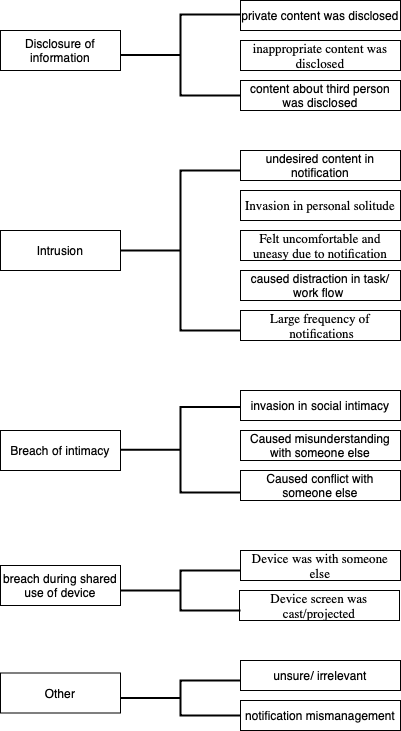
This is coding tree.png from PriyankaVerma98/Smartphone-notifications-Privacy, a draw.io export, as it was before one commit. Source tidied: cells renumbered, new cells last; positions are measured from the earlier drawing's top-left corner, leaving out a move shared by most shapes.
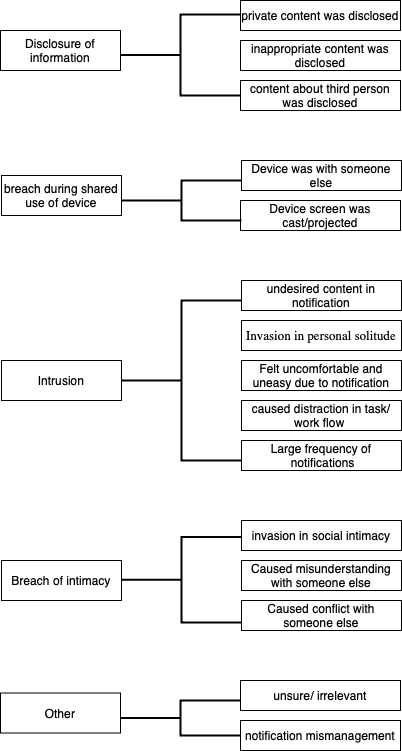
After the commit.

What changed in the source:
```diff
@@ -8,17 +8,17 @@
     <mxCell id="3" value="caused distraction in task/ work flow&amp;nbsp;" style="text;html=1;strokeColor=#000000;fillColor=none;align=center;verticalAlign=middle;whiteSpace=wrap;rounded=0;" parent="1" vertex="1">
       <mxGeometry x="240" y="270" width="160" height="30" as="geometry" />
     </mxCell>
-    <mxCell id="4" value="&lt;div class=&quot;page&quot; title=&quot;Page 8&quot;&gt;&lt;div class=&quot;layoutArea&quot;&gt;&lt;div class=&quot;column&quot;&gt;&lt;p&gt;&lt;span style=&quot;font-size: 10pt ; font-family: &amp;#34;linlibertinet&amp;#34;&quot;&gt;Felt uncomfortable and uneasy due to notification&lt;/span&gt;&lt;/p&gt;&lt;/div&gt;&lt;/div&gt;&lt;/div&gt;" style="text;html=1;strokeColor=#000000;fillColor=none;align=center;verticalAlign=middle;whiteSpace=wrap;rounded=0;" parent="1" vertex="1">
+    <mxCell id="4" value="&lt;div class=&quot;page&quot; title=&quot;Page 8&quot;&gt;&lt;div class=&quot;layoutArea&quot;&gt;&lt;div class=&quot;column&quot;&gt;&lt;p&gt;&lt;font style=&quot;font-size: 12px&quot;&gt;Felt uncomfortable and uneasy due to notification&lt;/font&gt;&lt;/p&gt;&lt;/div&gt;&lt;/div&gt;&lt;/div&gt;" style="text;html=1;strokeColor=#000000;fillColor=none;align=center;verticalAlign=middle;whiteSpace=wrap;rounded=0;" parent="1" vertex="1">
       <mxGeometry x="240" y="230" width="160" height="30" as="geometry" />
     </mxCell>
     <mxCell id="5" value="&lt;div class=&quot;page&quot; title=&quot;Page 8&quot;&gt;&lt;div class=&quot;layoutArea&quot;&gt;&lt;div class=&quot;column&quot;&gt;&lt;p&gt;&lt;span style=&quot;font-family: &amp;#34;linlibertinet&amp;#34; ; font-size: 10pt&quot;&gt;Invasion in personal solitude&lt;/span&gt;&lt;span style=&quot;color: rgba(0 , 0 , 0 , 0) ; font-family: monospace ; font-size: 0px&quot;&gt;%3CmxGraphModel%3E%3Croot%3E%3CmxCell%20id%3D%220%22%2F%3E%3CmxCell%20id%3D%221%22%20parent%3D%220%22%2F%3E%3CmxCell%20id%3D%222%22%20value%3D%22%26lt%3Bdiv%20class%3D%26quot%3Bpage%26quot%3B%20title%3D%26quot%3BPage%208%26quot%3B%26gt%3B%26lt%3Bdiv%20class%3D%26quot%3BlayoutArea%26quot%3B%26gt%3B%26lt%3Bdiv%20class%3D%26quot%3Bcolumn%26quot%3B%26gt%3B%26lt%3Bp%26gt%3B%26lt%3Bspan%20style%3D%26quot%3Bfont-size%3A%2010pt%20%3B%20font-family%3A%20%26amp%3B%2334%3Blinlibertinet%26amp%3B%2334%3B%26quot%3B%26gt%3BFelt%20uncomfortable%20and%20uneasy%20due%20to%20notification%26lt%3B%2Fspan%26gt%3B%26lt%3B%2Fp%26gt%3B%26lt%3B%2Fdiv%26gt%3B%26lt%3B%2Fdiv%26gt%3B%26lt%3B%2Fdiv%26gt%3B%22%20style%3D%22text%3Bhtml%3D1%3BstrokeColor%3Dnone%3BfillColor%3Dnone%3Balign%3Dcenter%3BverticalAlign%3Dmiddle%3BwhiteSpace%3Dwrap%3Brounded%3D0%3B%22%20vertex%3D%221%22%20parent%3D%221%22%3E%3CmxGeometry%20x%3D%22410%22%20y%3D%22390%22%20width%3D%22130%22%20height%3D%2240%22%20as%3D%22geometry%22%2F%3E%3C%2FmxCell%3E%3C%2Froot%3E%3C%2FmxGraphModel%3E&lt;/span&gt;&lt;br&gt;&lt;/p&gt;&lt;/div&gt;&lt;/div&gt;&lt;/div&gt;" style="text;html=1;strokeColor=#000000;fillColor=none;align=center;verticalAlign=middle;whiteSpace=wrap;rounded=0;" parent="1" vertex="1">
       <mxGeometry x="240" y="190" width="160" height="30" as="geometry" />
     </mxCell>
-    <mxCell id="6" value="&lt;div class=&quot;page&quot; title=&quot;Page 8&quot;&gt;&lt;div class=&quot;layoutArea&quot;&gt;&lt;div class=&quot;column&quot;&gt;&lt;p&gt;&lt;font face=&quot;linlibertinet&quot; size=&quot;2&quot;&gt;Large frequency of &amp;nbsp;notifications&lt;/font&gt;&lt;/p&gt;&lt;/div&gt;&lt;/div&gt;&lt;/div&gt;" style="text;html=1;strokeColor=#000000;fillColor=none;align=center;verticalAlign=middle;whiteSpace=wrap;rounded=0;" parent="1" vertex="1">
+    <mxCell id="6" value="&lt;div class=&quot;page&quot; title=&quot;Page 8&quot;&gt;&lt;div class=&quot;layoutArea&quot;&gt;&lt;div class=&quot;column&quot;&gt;&lt;p&gt;&lt;font style=&quot;font-size: 12px&quot;&gt;Large frequency of &amp;nbsp;notifications&lt;/font&gt;&lt;/p&gt;&lt;/div&gt;&lt;/div&gt;&lt;/div&gt;" style="text;html=1;strokeColor=#000000;fillColor=none;align=center;verticalAlign=middle;whiteSpace=wrap;rounded=0;" parent="1" vertex="1">
       <mxGeometry x="240" y="310" width="160" height="30" as="geometry" />
     </mxCell>
     <mxCell id="7" value="&lt;div class=&quot;page&quot; title=&quot;Page 8&quot;&gt;&lt;div class=&quot;layoutArea&quot;&gt;&lt;div class=&quot;column&quot;&gt;&lt;p&gt;&lt;br&gt;&lt;/p&gt;&lt;/div&gt;&lt;/div&gt;&lt;/div&gt;" style="text;html=1;strokeColor=none;fillColor=none;align=center;verticalAlign=middle;whiteSpace=wrap;rounded=0;" parent="1" vertex="1">
-      <mxGeometry x="263" y="650" width="130" height="40" as="geometry" />
+      <mxGeometry x="262" y="540" width="130" height="40" as="geometry" />
     </mxCell>
     <mxCell id="8" value="Intrusion" style="text;html=1;strokeColor=#000000;fillColor=none;align=center;verticalAlign=middle;whiteSpace=wrap;rounded=0;" parent="1" vertex="1">
       <mxGeometry y="230" width="120" height="40" as="geometry" />
@@ -42,43 +42,43 @@
       <mxGeometry x="240" y="470" width="160" height="30" as="geometry" />
     </mxCell>
     <mxCell id="15" value="private content was disclosed" style="text;html=1;strokeColor=#000000;fillColor=none;align=center;verticalAlign=middle;whiteSpace=wrap;rounded=0;" parent="1" vertex="1">
-      <mxGeometry x="240" width="160" height="30" as="geometry" />
+      <mxGeometry x="239" y="-130" width="160" height="30" as="geometry" />
     </mxCell>
     <mxCell id="16" value="content about third person was disclosed" style="text;html=1;strokeColor=#000000;fillColor=none;align=center;verticalAlign=middle;whiteSpace=wrap;rounded=0;" parent="1" vertex="1">
-      <mxGeometry x="240" y="80" width="160" height="30" as="geometry" />
+      <mxGeometry x="239" y="-50" width="160" height="30" as="geometry" />
     </mxCell>
-    <mxCell id="17" value="&lt;div class=&quot;page&quot; title=&quot;Page 8&quot;&gt;&lt;div class=&quot;layoutArea&quot;&gt;&lt;div class=&quot;column&quot;&gt;&lt;p&gt;&lt;font face=&quot;linlibertinet&quot; size=&quot;2&quot;&gt;inappropriate content was disclosed&lt;/font&gt;&lt;/p&gt;&lt;/div&gt;&lt;/div&gt;&lt;/div&gt;" style="text;html=1;strokeColor=#000000;fillColor=none;align=center;verticalAlign=middle;whiteSpace=wrap;rounded=0;" parent="1" vertex="1">
-      <mxGeometry x="240" y="40" width="160" height="30" as="geometry" />
+    <mxCell id="17" value="&lt;div class=&quot;page&quot; title=&quot;Page 8&quot;&gt;&lt;div class=&quot;layoutArea&quot;&gt;&lt;div class=&quot;column&quot;&gt;&lt;p&gt;&lt;font style=&quot;font-size: 12px&quot;&gt;inappropriate content was disclosed&lt;/font&gt;&lt;/p&gt;&lt;/div&gt;&lt;/div&gt;&lt;/div&gt;" style="text;html=1;strokeColor=#000000;fillColor=none;align=center;verticalAlign=middle;whiteSpace=wrap;rounded=0;" parent="1" vertex="1">
+      <mxGeometry x="239" y="-90" width="160" height="30" as="geometry" />
     </mxCell>
     <mxCell id="18" value="Disclosure of information" style="text;html=1;strokeColor=#000000;fillColor=none;align=center;verticalAlign=middle;whiteSpace=wrap;rounded=0;" parent="1" vertex="1">
-      <mxGeometry y="30" width="120" height="40" as="geometry" />
+      <mxGeometry x="-1" y="-100" width="120" height="40" as="geometry" />
     </mxCell>
     <mxCell id="19" style="strokeWidth=2;html=1;shape=mxgraph.flowchart.annotation_2;align=left;labelPosition=right;" parent="1" vertex="1">
-      <mxGeometry x="120" y="14" width="120" height="81" as="geometry" />
+      <mxGeometry x="119" y="-116" width="120" height="81" as="geometry" />
     </mxCell>
     <mxCell id="20" value="unsure/ irrelevant" style="text;html=1;strokeColor=#000000;fillColor=none;align=center;verticalAlign=middle;whiteSpace=wrap;rounded=0;" parent="1" vertex="1">
-      <mxGeometry x="240" y="660" width="160" height="30" as="geometry" />
+      <mxGeometry x="239" y="550" width="160" height="30" as="geometry" />
     </mxCell>
     <mxCell id="21" value="Other" style="text;html=1;strokeColor=#000000;fillColor=none;align=center;verticalAlign=middle;whiteSpace=wrap;rounded=0;" parent="1" vertex="1">
-      <mxGeometry y="672.5" width="120" height="40" as="geometry" />
+      <mxGeometry x="-1" y="562.5" width="120" height="40" as="geometry" />
     </mxCell>
     <mxCell id="22" value="notification mismanagement" style="text;html=1;strokeColor=#000000;fillColor=none;align=center;verticalAlign=middle;whiteSpace=wrap;rounded=0;" parent="1" vertex="1">
-      <mxGeometry x="240" y="700" width="160" height="30" as="geometry" />
+      <mxGeometry x="239" y="590" width="160" height="30" as="geometry" />
     </mxCell>
     <mxCell id="23" style="strokeWidth=2;html=1;shape=mxgraph.flowchart.annotation_2;align=left;labelPosition=right;" parent="1" vertex="1">
-      <mxGeometry x="120" y="680" width="120" height="35" as="geometry" />
+      <mxGeometry x="119" y="570" width="120" height="35" as="geometry" />
     </mxCell>
-    <mxCell id="24" value="&lt;div class=&quot;page&quot; title=&quot;Page 8&quot; style=&quot;color: rgb(0, 0, 0); font-style: normal; font-weight: normal; letter-spacing: normal; text-indent: 0px; text-transform: none; word-spacing: 0px; text-decoration: none;&quot;&gt;&lt;div class=&quot;layoutArea&quot;&gt;&lt;div class=&quot;column&quot;&gt;&lt;p&gt;&lt;span style=&quot;font-size: 10pt ; font-family: &amp;quot;linlibertinet&amp;quot;&quot;&gt;Device was with someone else&lt;/span&gt;&lt;/p&gt;&lt;/div&gt;&lt;/div&gt;&lt;/div&gt;" style="text;html=1;strokeColor=#000000;fillColor=none;align=center;verticalAlign=middle;whiteSpace=wrap;rounded=0;" parent="1" vertex="1">
-      <mxGeometry x="240" y="550" width="160" height="30" as="geometry" />
+    <mxCell id="24" value="&lt;div class=&quot;page&quot; title=&quot;Page 8&quot; style=&quot;color: rgb(0 , 0 , 0) ; font-style: normal ; font-weight: normal ; letter-spacing: normal ; text-indent: 0px ; text-transform: none ; word-spacing: 0px ; text-decoration: none&quot;&gt;&lt;div class=&quot;layoutArea&quot;&gt;&lt;div class=&quot;column&quot;&gt;&lt;p&gt;&lt;font style=&quot;font-size: 12px&quot;&gt;Device was with someone else&lt;/font&gt;&lt;/p&gt;&lt;/div&gt;&lt;/div&gt;&lt;/div&gt;" style="text;html=1;strokeColor=#000000;fillColor=none;align=center;verticalAlign=middle;whiteSpace=wrap;rounded=0;" parent="1" vertex="1">
+      <mxGeometry x="240" y="30" width="160" height="30" as="geometry" />
     </mxCell>
-    <mxCell id="25" value="&lt;div class=&quot;page&quot; title=&quot;Page 8&quot; style=&quot;color: rgb(0 , 0 , 0) ; font-style: normal ; font-weight: normal ; letter-spacing: normal ; text-indent: 0px ; text-transform: none ; word-spacing: 0px ; text-decoration: none&quot;&gt;&lt;div class=&quot;layoutArea&quot;&gt;&lt;div class=&quot;column&quot;&gt;&lt;div class=&quot;page&quot; title=&quot;Page 8&quot;&gt;&lt;div class=&quot;layoutArea&quot;&gt;&lt;div class=&quot;column&quot;&gt;&lt;p&gt;&lt;span style=&quot;font-size: 10pt ; font-family: &amp;#34;linlibertinet&amp;#34;&quot;&gt;Device screen was cast/projected&lt;/span&gt;&lt;/p&gt;&lt;/div&gt;&lt;/div&gt;&lt;/div&gt;&lt;/div&gt;&lt;/div&gt;&lt;/div&gt;" style="text;html=1;strokeColor=#000000;fillColor=none;align=center;verticalAlign=middle;whiteSpace=wrap;rounded=0;" parent="1" vertex="1">
-      <mxGeometry x="239" y="590" width="160" height="30" as="geometry" />
+    <mxCell id="25" value="&lt;div class=&quot;page&quot; title=&quot;Page 8&quot; style=&quot;color: rgb(0 , 0 , 0) ; font-style: normal ; font-weight: normal ; letter-spacing: normal ; text-indent: 0px ; text-transform: none ; word-spacing: 0px ; text-decoration: none&quot;&gt;&lt;div class=&quot;layoutArea&quot;&gt;&lt;div class=&quot;column&quot;&gt;&lt;div class=&quot;page&quot; title=&quot;Page 8&quot;&gt;&lt;div class=&quot;layoutArea&quot;&gt;&lt;div class=&quot;column&quot;&gt;&lt;p&gt;&lt;font style=&quot;font-size: 12px&quot;&gt;Device screen was cast/projected&lt;/font&gt;&lt;/p&gt;&lt;/div&gt;&lt;/div&gt;&lt;/div&gt;&lt;/div&gt;&lt;/div&gt;&lt;/div&gt;" style="text;html=1;strokeColor=#000000;fillColor=none;align=center;verticalAlign=middle;whiteSpace=wrap;rounded=0;" parent="1" vertex="1">
+      <mxGeometry x="239" y="70" width="160" height="30" as="geometry" />
     </mxCell>
     <mxCell id="26" style="strokeWidth=2;html=1;shape=mxgraph.flowchart.annotation_2;align=left;labelPosition=right;" parent="1" vertex="1">
-      <mxGeometry x="120" y="570" width="120" height="40" as="geometry" />
+      <mxGeometry x="120" y="50" width="120" height="40" as="geometry" />
     </mxCell>
     <mxCell id="27" value="breach during shared use of device" style="text;html=1;strokeColor=#000000;fillColor=none;align=center;verticalAlign=middle;whiteSpace=wrap;rounded=0;" parent="1" vertex="1">
-      <mxGeometry y="565" width="120" height="40" as="geometry" />
+      <mxGeometry y="45" width="120" height="40" as="geometry" />
     </mxCell>
     <mxCell id="28" style="edgeStyle=orthogonalEdgeStyle;rounded=0;orthogonalLoop=1;jettySize=auto;html=1;exitX=0.5;exitY=1;exitDx=0;exitDy=0;" parent="1" edge="1" source="11" target="11">
       <mxGeometry relative="1" as="geometry" />
```
